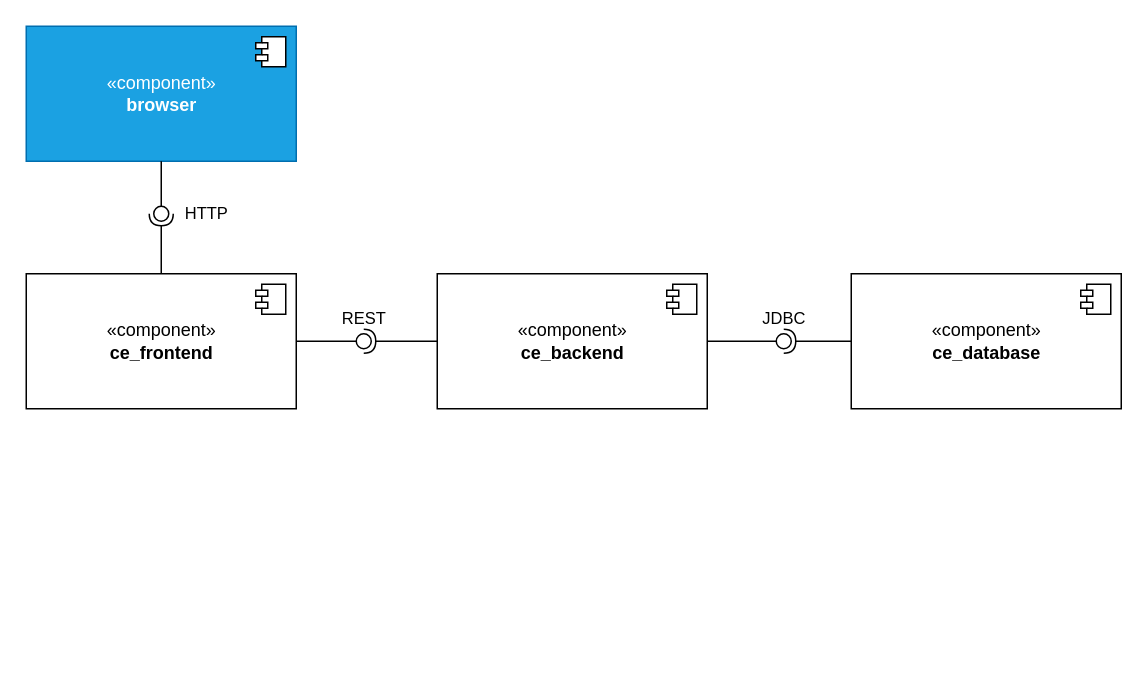
diasCr/cifraEasy keeps this draw.io diagram as diagrams/overview.drawio. Above is the earlier version. Source tidied: cells renumbered, new cells numbered last; positions are measured from the earlier drawing's top-left corner, leaving out a move shared by most shapes. Both pictures are drawn from the tidied source at 150%, with x=0, y=0 at pixel (26, 26).
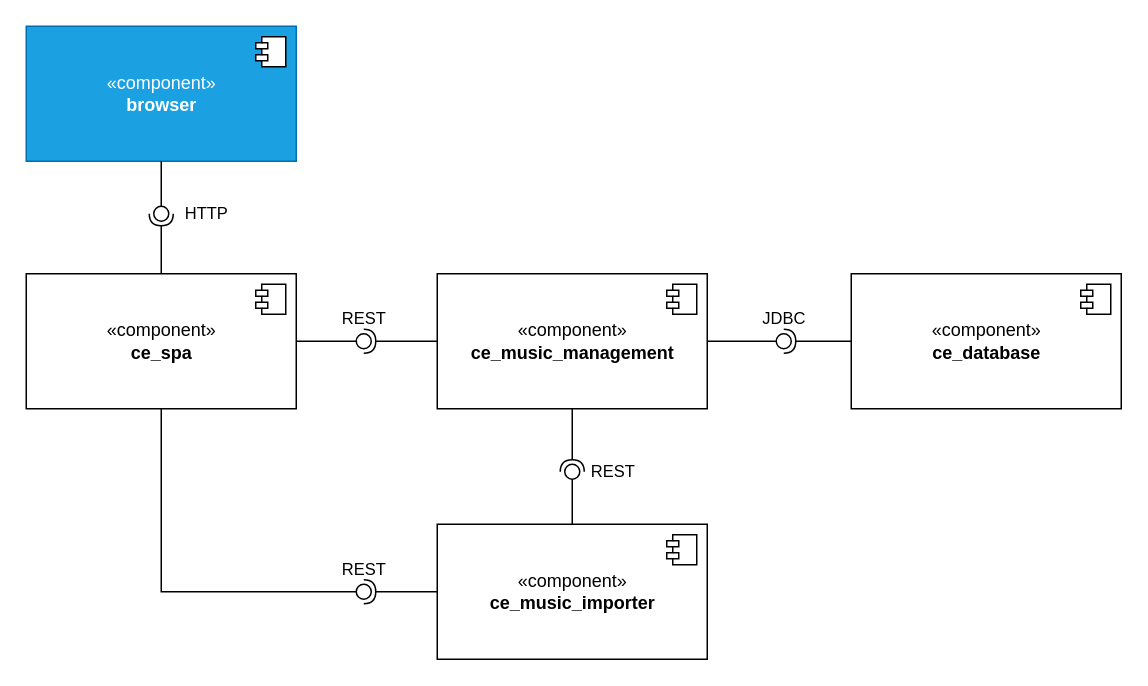
The same page after the edit.

Commit message:
added new components to the overview

Change to the diagram source:
```diff
@@
-    <mxCell id="2" value="«component»&lt;br&gt;&lt;b&gt;ce_frontend&lt;/b&gt;" style="html=1;" parent="1" vertex="1">
+    <mxCell id="2" value="«component»&lt;br&gt;&lt;b&gt;ce_spa&lt;/b&gt;" style="html=1;" parent="1" vertex="1">
       <mxGeometry y="165" width="180" height="90" as="geometry" />
     </mxCell>
@@
-    <mxCell id="4" value="«component»&lt;br&gt;&lt;b&gt;ce_backend&lt;/b&gt;" style="html=1;" parent="1" vertex="1">
+    <mxCell id="4" value="«component»&lt;br&gt;&lt;b&gt;ce_music_management&lt;/b&gt;" style="html=1;" parent="1" vertex="1">
       <mxGeometry x="274" y="165" width="180" height="90" as="geometry" />
     </mxCell>
@@
+    <mxCell id="19" value="«component»&lt;br&gt;&lt;b&gt;ce_music_importer&lt;/b&gt;" style="html=1;" parent="1" vertex="1">
+      <mxGeometry x="274" y="332" width="180" height="90" as="geometry" />
+    </mxCell>
+    <mxCell id="20" style="shape=module;jettyWidth=8;jettyHeight=4;" parent="19" vertex="1">
+      <mxGeometry x="1" width="20" height="20" relative="1" as="geometry">
+        <mxPoint x="-27" y="7" as="offset" />
+      </mxGeometry>
+    </mxCell>
+    <mxCell id="21" value="REST" style="rounded=0;jettySize=auto;html=1;endArrow=none;endFill=0;sketch=0;sourcePerimeterSpacing=0;targetPerimeterSpacing=0;exitX=0.5;exitY=1;exitDx=0;exitDy=0;edgeStyle=orthogonalEdgeStyle;" parent="1" edge="1" source="2" target="23">
+      <mxGeometry x="1" y="16" relative="1" as="geometry">
+        <Array as="points">
+          <mxPoint x="90" y="377" />
+        </Array>
+        <mxPoint x="5" y="1" as="offset" />
+      </mxGeometry>
+    </mxCell>
+    <mxCell id="22" style="rounded=0;jettySize=auto;html=1;endArrow=halfCircle;endFill=0;entryX=0.5;entryY=0.5;endSize=6;strokeWidth=1;sketch=0;exitX=0;exitY=0.5;exitDx=0;exitDy=0;" parent="1" edge="1" source="19" target="23">
+      <mxGeometry relative="1" as="geometry" />
+    </mxCell>
+    <mxCell id="23" style="ellipse;whiteSpace=wrap;html=1;align=center;points=[];outlineConnect=0;sketch=0;" parent="1" vertex="1">
+      <mxGeometry x="220" y="372" width="10" height="10" as="geometry" />
+    </mxCell>
+    <mxCell id="24" value="REST" style="rounded=0;jettySize=auto;html=1;endArrow=none;endFill=0;sketch=0;sourcePerimeterSpacing=0;targetPerimeterSpacing=0;exitX=0.5;exitY=0;exitDx=0;exitDy=0;" parent="1" edge="1" source="19" target="26">
+      <mxGeometry x="1" y="-27" relative="1" as="geometry">
+        <mxPoint y="-5" as="offset" />
+      </mxGeometry>
+    </mxCell>
+    <mxCell id="25" style="rounded=0;jettySize=auto;html=1;endArrow=halfCircle;endFill=0;entryX=0.5;entryY=0.5;endSize=6;strokeWidth=1;sketch=0;exitX=0.5;exitY=1;exitDx=0;exitDy=0;" parent="1" edge="1" source="4" target="26">
+      <mxGeometry relative="1" as="geometry" />
+    </mxCell>
+    <mxCell id="26" style="ellipse;whiteSpace=wrap;html=1;align=center;points=[];outlineConnect=0;sketch=0;" parent="1" vertex="1">
+      <mxGeometry x="359" y="292" width="10" height="10" as="geometry" />
+    </mxCell>
```
